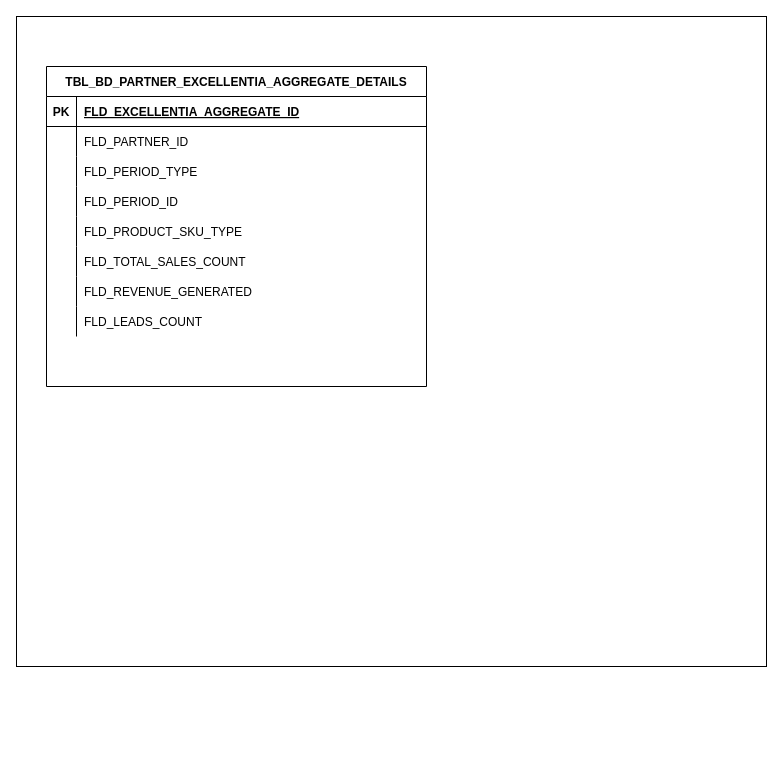
Above: page "AGGREGATE" (1 of 2) of Untitled Diagram.drawio in shreesh533/Algorithms (draw.io), before the change. Source tidied: cells renumbered, new cells numbered last; positions are measured from the earlier drawing's top-left corner, leaving out a move shared by most shapes. Both pictures are drawn from the tidied source at 100%, with x=0, y=0 at pixel (16, 16).
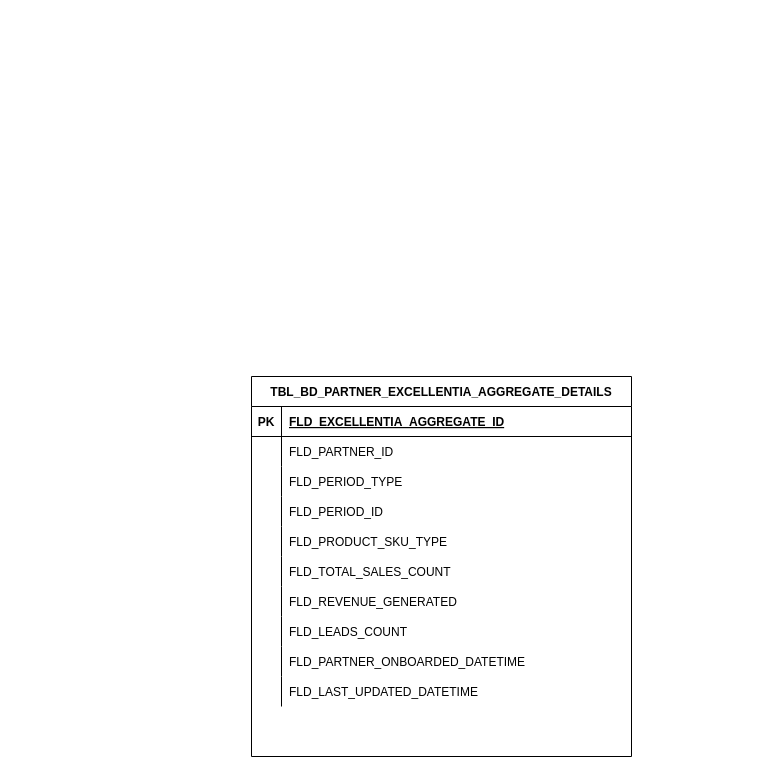
Above is the later version.

Change to the diagram source:
```diff
@@
-    <mxCell id="4" style="rounded=0;whiteSpace=wrap;html=1;fontFamily=Helvetica;fontSize=16;" parent="1" vertex="1">
-      <mxGeometry width="750" height="650" as="geometry" />
-    </mxCell>
     <mxCell id="5" value="TBL_BD_PARTNER_EXCELLENTIA_AGGREGATE_DETAILS" style="shape=table;startSize=30;childLayout=tableLayout;rowLines=0;fontStyle=1;align=center;overflow=hidden;" parent="1" vertex="1">
-      <mxGeometry x="30" y="50" width="380" height="320" as="geometry" />
+      <mxGeometry x="235" y="360" width="380" height="380" as="geometry" />
     </mxCell>
@@
+    <mxCell id="30" style="shape=partialRectangle;fillColor=none;top=0;left=0;bottom=0;right=0;" parent="5" vertex="1">
+      <mxGeometry y="270" width="380" height="30" as="geometry" />
+    </mxCell>
+    <mxCell id="31" style="shape=partialRectangle;fillColor=none;top=0;left=0;bottom=0;right=0;overflow=hidden;" parent="30" vertex="1">
+      <mxGeometry width="30" height="30" as="geometry" />
+    </mxCell>
+    <mxCell id="32" value="FLD_PARTNER_ONBOARDED_DATETIME" style="shape=partialRectangle;fillColor=none;top=0;left=0;bottom=0;right=0;align=left;spacingLeft=6;overflow=hidden;" parent="30" vertex="1">
+      <mxGeometry x="30" width="350" height="30" as="geometry" />
+    </mxCell>
+    <mxCell id="33" style="shape=partialRectangle;fillColor=none;top=0;left=0;bottom=0;right=0;" parent="5" vertex="1">
+      <mxGeometry y="300" width="380" height="30" as="geometry" />
+    </mxCell>
+    <mxCell id="34" style="shape=partialRectangle;fillColor=none;top=0;left=0;bottom=0;right=0;overflow=hidden;" parent="33" vertex="1">
+      <mxGeometry width="30" height="30" as="geometry" />
+    </mxCell>
+    <mxCell id="35" value="FLD_LAST_UPDATED_DATETIME" style="shape=partialRectangle;fillColor=none;top=0;left=0;bottom=0;right=0;align=left;spacingLeft=6;overflow=hidden;" parent="33" vertex="1">
+      <mxGeometry x="30" width="350" height="30" as="geometry" />
+    </mxCell>
```
